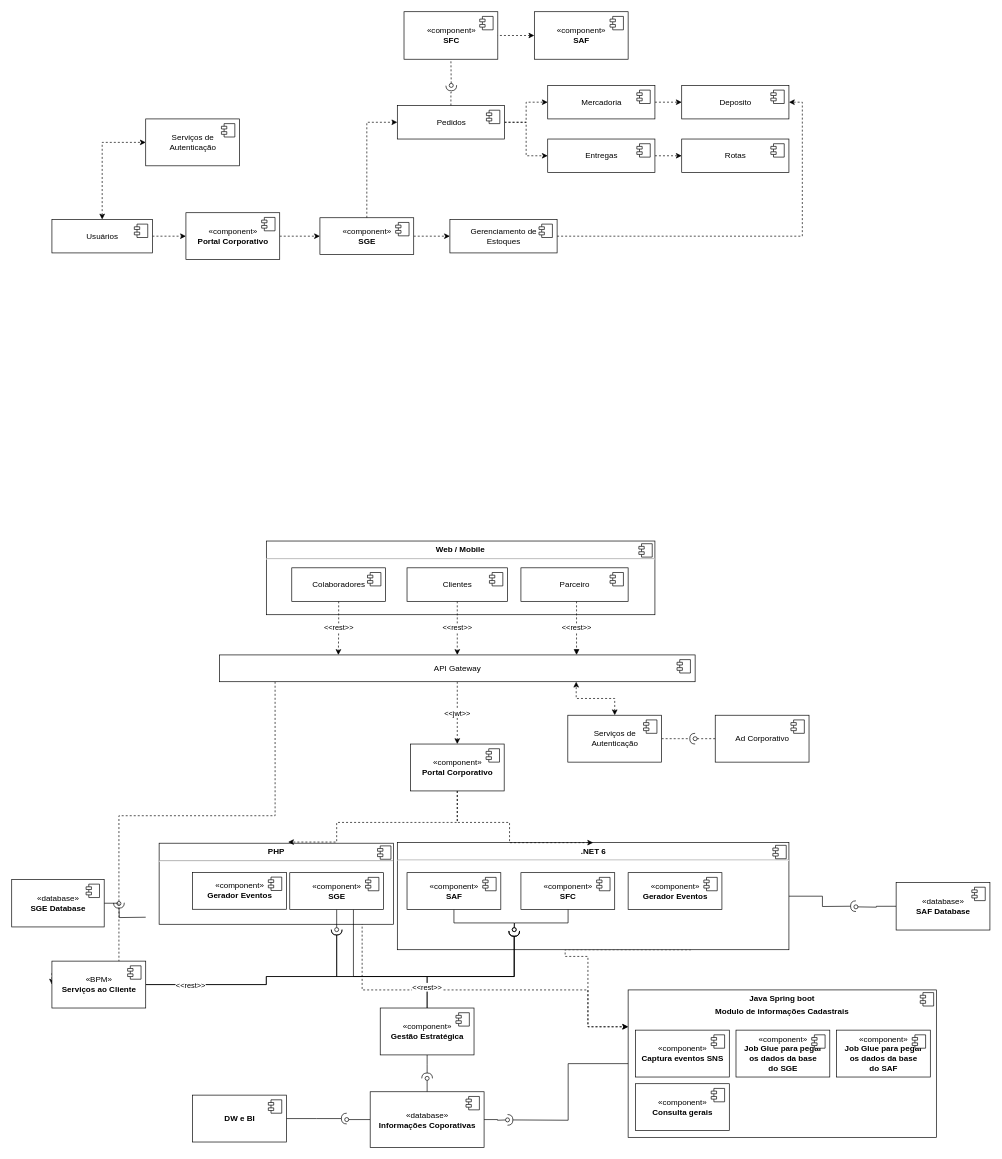
felipepozzi/puc-minas-arquitetura keeps this draw.io diagram as page "Diagrama de Componentes" (4 of 6) of desenho-solucao/DesenhoSolucao.drawio. Above is the earlier version. Source tidied: cells renumbered, new cells numbered last; positions are measured from the earlier drawing's top-left corner, leaving out a move shared by most shapes. Both pictures are drawn from the tidied source at 67%, with x=0, y=0 at pixel (11, 11).
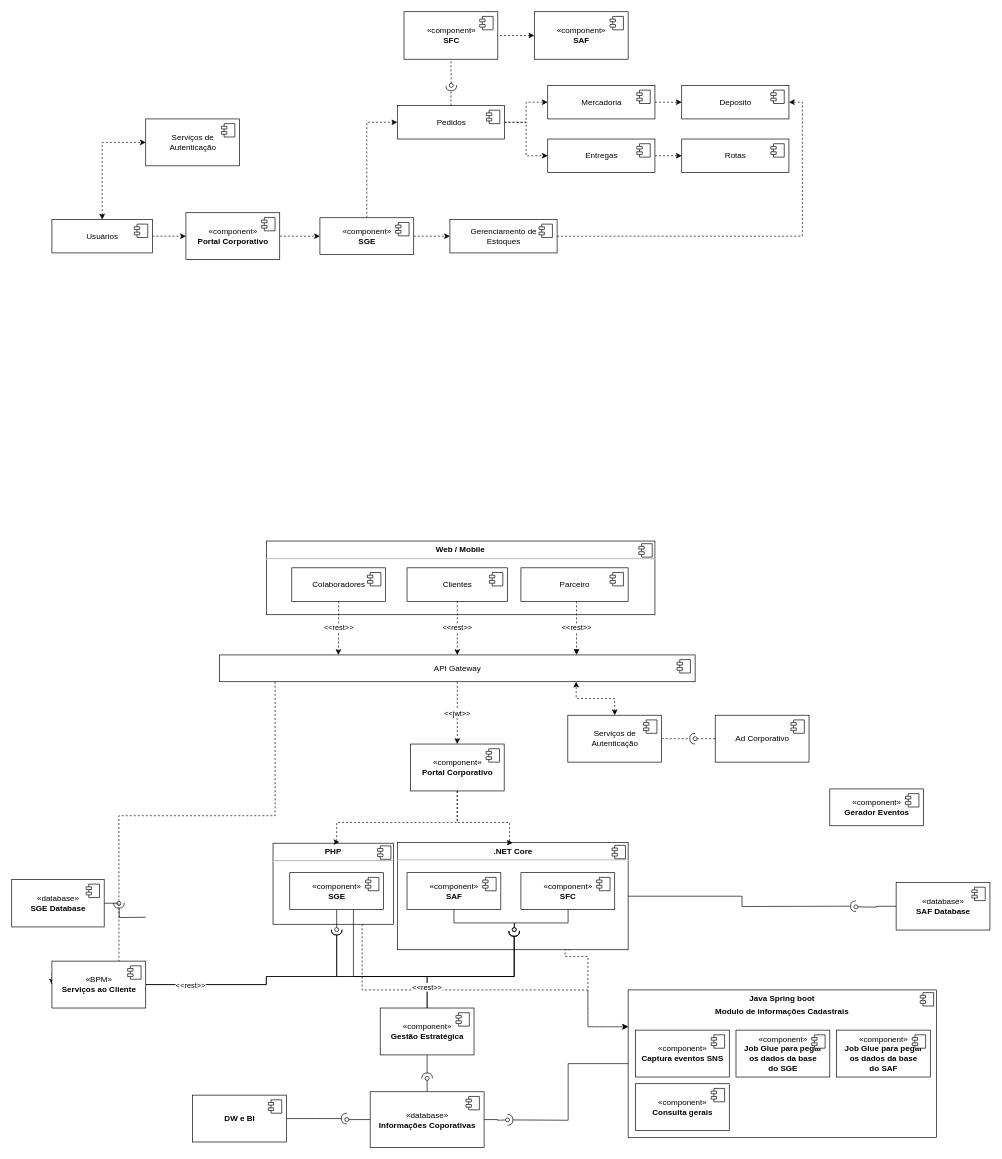
The same diagram, later.

What changed in the source:
```diff
@@
     <mxCell id="7" value="&lt;p style=&quot;margin: 0px ; margin-top: 6px ; text-align: center&quot;&gt;&lt;b&gt;PHP&lt;/b&gt;&lt;/p&gt;&lt;hr&gt;&lt;p style=&quot;margin: 0px ; margin-left: 8px&quot;&gt;&lt;br&gt;&lt;/p&gt;" style="align=left;overflow=fill;html=1;fontColor=#000000;" parent="1" vertex="1">
-      <mxGeometry x="220" y="1241" width="350" height="121" as="geometry" />
+      <mxGeometry x="390" y="1241" width="180" height="121" as="geometry" />
     </mxCell>
@@
-    <mxCell id="10" value="&lt;p style=&quot;margin: 0px ; margin-top: 6px ; text-align: center&quot;&gt;&lt;b&gt;.NET 6&lt;/b&gt;&lt;/p&gt;&lt;hr&gt;&lt;p style=&quot;margin: 0px ; margin-left: 8px&quot;&gt;&lt;br&gt;&lt;/p&gt;" style="align=left;overflow=fill;html=1;fontColor=#000000;" parent="1" vertex="1">
-      <mxGeometry x="575.5" y="1240.2" width="584.5" height="159.8" as="geometry" />
+    <mxCell id="10" value="&lt;p style=&quot;margin: 0px ; margin-top: 6px ; text-align: center&quot;&gt;&lt;b&gt;.NET Core&lt;/b&gt;&lt;/p&gt;&lt;hr&gt;&lt;p style=&quot;margin: 0px ; margin-left: 8px&quot;&gt;&lt;br&gt;&lt;/p&gt;" style="align=left;overflow=fill;html=1;fontColor=#000000;" parent="1" vertex="1">
+      <mxGeometry x="575.5" y="1240.2" width="344.5" height="159.8" as="geometry" />
     </mxCell>
@@
-    <mxCell id="119" value="«component»&lt;br&gt;&lt;b&gt;Gerador Eventos&lt;/b&gt;" style="html=1;fontColor=#000000;" parent="1" vertex="1">
-      <mxGeometry x="270" y="1284.6" width="140" height="55" as="geometry" />
-    </mxCell>
-    <mxCell id="120" style="shape=module;jettyWidth=8;jettyHeight=4;fontColor=#000000;" parent="119" vertex="1">
-      <mxGeometry x="1" width="20" height="20" relative="1" as="geometry">
-        <mxPoint x="-27" y="7" as="offset" />
-      </mxGeometry>
-    </mxCell>
     <mxCell id="121" value="«component»&lt;br&gt;&lt;b&gt;Gerador Eventos&lt;/b&gt;" style="html=1;fontColor=#000000;" parent="1" vertex="1">
-      <mxGeometry x="920" y="1285" width="140" height="55" as="geometry" />
+      <mxGeometry x="1221" y="1160" width="140" height="55" as="geometry" />
     </mxCell>
```
